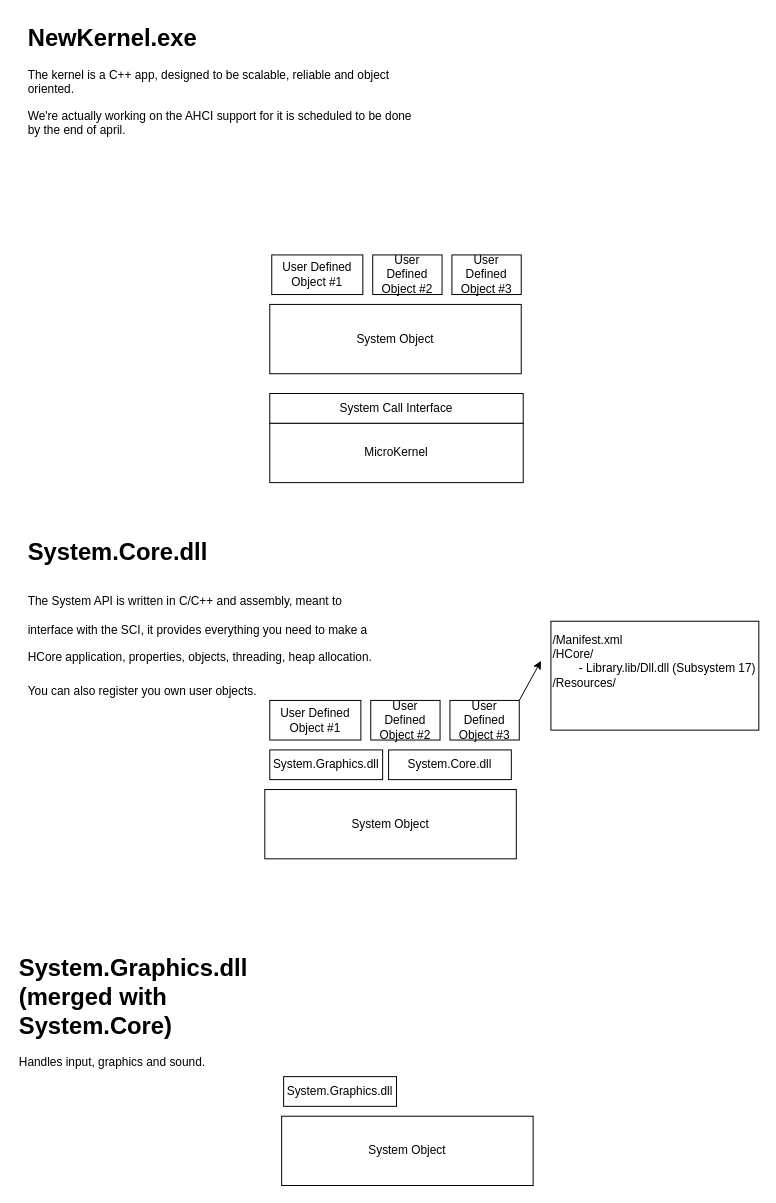
Above: Public/Documentation/kernel-design.drawio in nekernel-org/nekernel (draw.io), before the change. Source tidied: cells renumbered, new cells numbered last; positions are measured from the earlier drawing's top-left corner, leaving out a move shared by most shapes. Both pictures are drawn from the tidied source at 99%, with x=0, y=0 at pixel (17, 17).
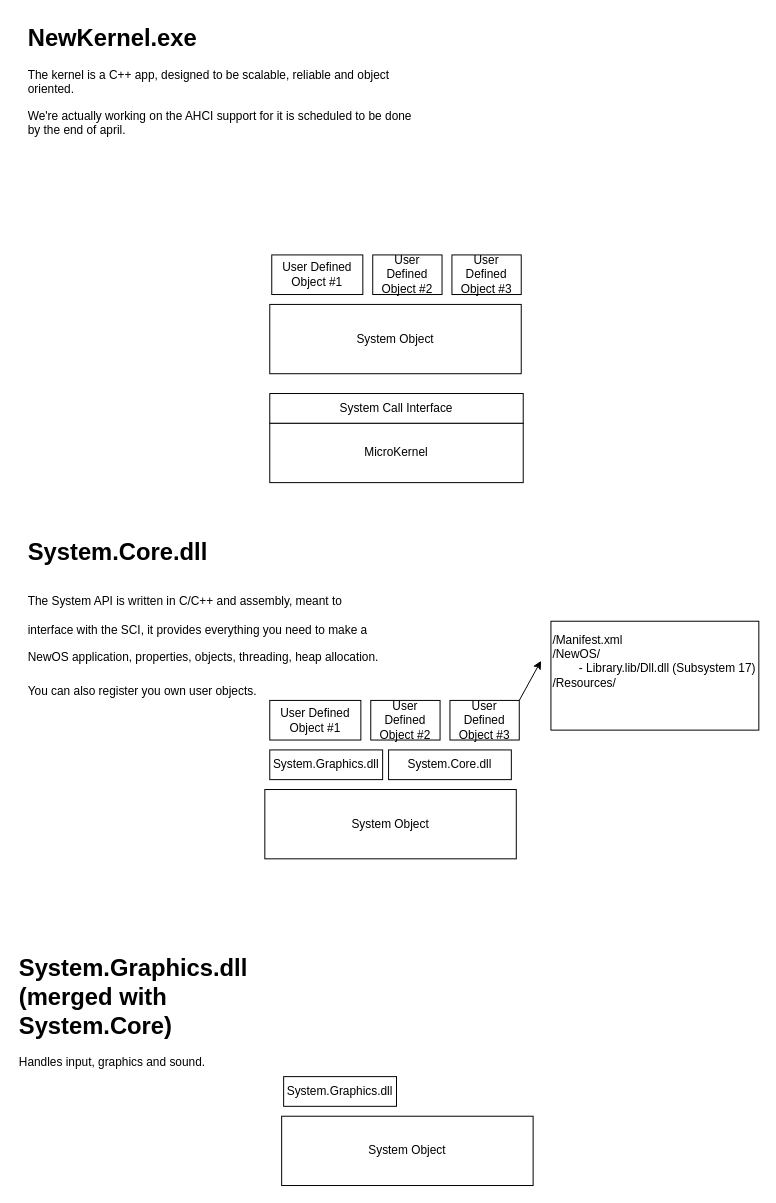
Above is the later version.

What changed in the source:
```diff
@@
-    <mxCell id="9" value="&lt;h1 style=&quot;margin-top: 0px;&quot;&gt;&lt;span style=&quot;background-color: initial;&quot;&gt;System.Core.dll&lt;/span&gt;&lt;/h1&gt;&lt;h1 style=&quot;margin-top: 0px;&quot;&gt;&lt;span style=&quot;background-color: initial; font-size: 12px; font-weight: normal;&quot;&gt;The System API is written in C/C++ and assembly, meant to interface with the SCI, it provides everything you need to make a HCore application, properties, objects, threading, heap allocation.&lt;/span&gt;&lt;br&gt;&lt;/h1&gt;&lt;div&gt;&lt;span style=&quot;background-color: initial; font-size: 12px; font-weight: normal;&quot;&gt;You can also register you own user objects.&lt;/span&gt;&lt;/div&gt;" style="text;html=1;whiteSpace=wrap;overflow=hidden;rounded=0;" parent="1" vertex="1">
+    <mxCell id="9" value="&lt;h1 style=&quot;margin-top: 0px;&quot;&gt;&lt;span style=&quot;background-color: initial;&quot;&gt;System.Core.dll&lt;/span&gt;&lt;/h1&gt;&lt;h1 style=&quot;margin-top: 0px;&quot;&gt;&lt;span style=&quot;background-color: initial; font-size: 12px; font-weight: normal;&quot;&gt;The System API is written in C/C++ and assembly, meant to interface with the SCI, it provides everything you need to make a NewOS application, properties, objects, threading, heap allocation.&lt;/span&gt;&lt;br&gt;&lt;/h1&gt;&lt;div&gt;&lt;span style=&quot;background-color: initial; font-size: 12px; font-weight: normal;&quot;&gt;You can also register you own user objects.&lt;/span&gt;&lt;/div&gt;" style="text;html=1;whiteSpace=wrap;overflow=hidden;rounded=0;" parent="1" vertex="1">
       <mxGeometry x="9" y="520" width="360" height="190" as="geometry" />
     </mxCell>
@@
-    <mxCell id="15" value="/Manifest.xml&lt;div&gt;/HCore/&lt;/div&gt;&lt;div&gt;&lt;span style=&quot;white-space: pre;&quot;&gt;&#9;&lt;/span&gt;- Library.lib/Dll.dll (Subsystem 17)&lt;/div&gt;&lt;div&gt;/Resources/&lt;/div&gt;&lt;div&gt;&lt;br&gt;&lt;/div&gt;&lt;div&gt;&lt;br&gt;&lt;/div&gt;" style="rounded=0;whiteSpace=wrap;html=1;align=left;" parent="1" vertex="1">
+    <mxCell id="15" value="/Manifest.xml&lt;div&gt;/NewOS/&lt;/div&gt;&lt;div&gt;&lt;span style=&quot;white-space: pre;&quot;&gt;&#9;&lt;/span&gt;- Library.lib/Dll.dll (Subsystem 17)&lt;/div&gt;&lt;div&gt;/Resources/&lt;/div&gt;&lt;div&gt;&lt;br&gt;&lt;/div&gt;&lt;div&gt;&lt;br&gt;&lt;/div&gt;" style="rounded=0;whiteSpace=wrap;html=1;align=left;" parent="1" vertex="1">
       <mxGeometry x="539" y="610" width="210" height="110" as="geometry" />
     </mxCell>
```
